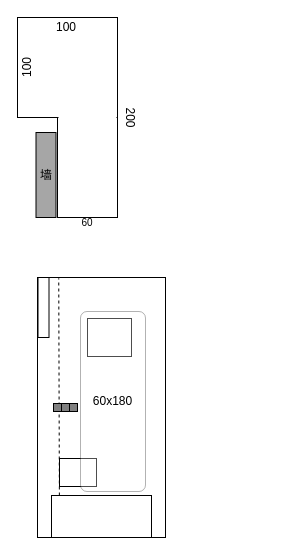
iswade/iswade keeps this draw.io diagram as page "第 13 页" (14 of 16) of design.drawio. Above is the earlier version. Source tidied: cells renumbered, new cells numbered last; positions are measured from the earlier drawing's top-left corner, leaving out a move shared by most shapes. Both pictures are drawn from the tidied source at 100%, with x=0, y=0 at pixel (-3, 17).
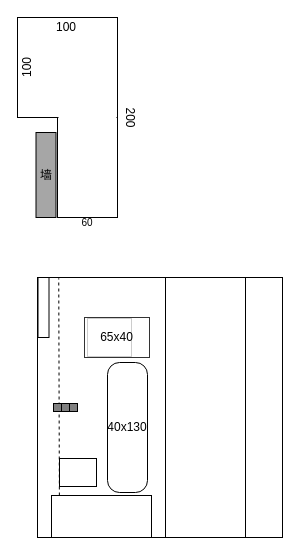
After the change.

Change to the diagram source:
```diff
@@
-    <mxCell id="21" value="60x180" style="rounded=1;whiteSpace=wrap;html=1;arcSize=10;opacity=30;" parent="1" vertex="1">
-      <mxGeometry x="83" y="294" width="65" height="180" as="geometry" />
-    </mxCell>
@@
+    <mxCell id="23" style="rounded=0;whiteSpace=wrap;html=1;" parent="1" vertex="1">
+      <mxGeometry x="168" y="260" width="80" height="260" as="geometry" />
+    </mxCell>
+    <mxCell id="24" style="rounded=0;whiteSpace=wrap;html=1;" parent="1" vertex="1">
+      <mxGeometry x="248" y="260" width="37" height="260" as="geometry" />
+    </mxCell>
+    <mxCell id="25" value="40x130" style="rounded=1;whiteSpace=wrap;html=1;arcSize=30;" parent="1" vertex="1">
+      <mxGeometry x="110" y="345" width="40" height="130" as="geometry" />
+    </mxCell>
+    <mxCell id="26" value="65x40" style="rounded=0;whiteSpace=wrap;html=1;opacity=80;" parent="1" vertex="1">
+      <mxGeometry x="87" y="300" width="65" height="40" as="geometry" />
+    </mxCell>
```
